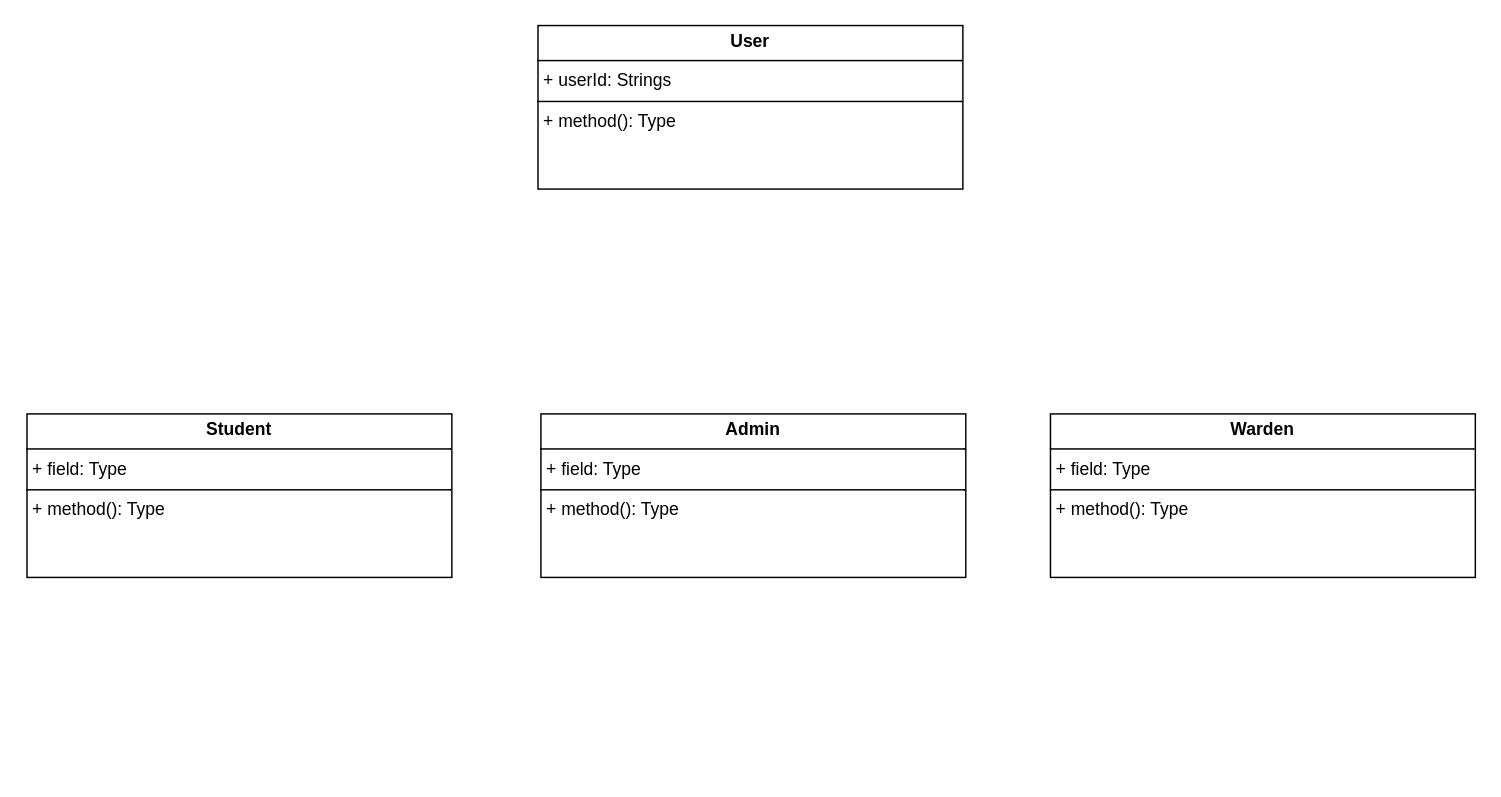
The draw.io diagram Class_diagram.drawio in OU-Hostel-Management/OU-Hostel-System, before the edit. Source tidied: cells renumbered, new cells numbered last; positions are measured from the earlier drawing's top-left corner, leaving out a move shared by most shapes. Both pictures are drawn from the tidied source at 146%, with x=0, y=0 at pixel (26, 25).
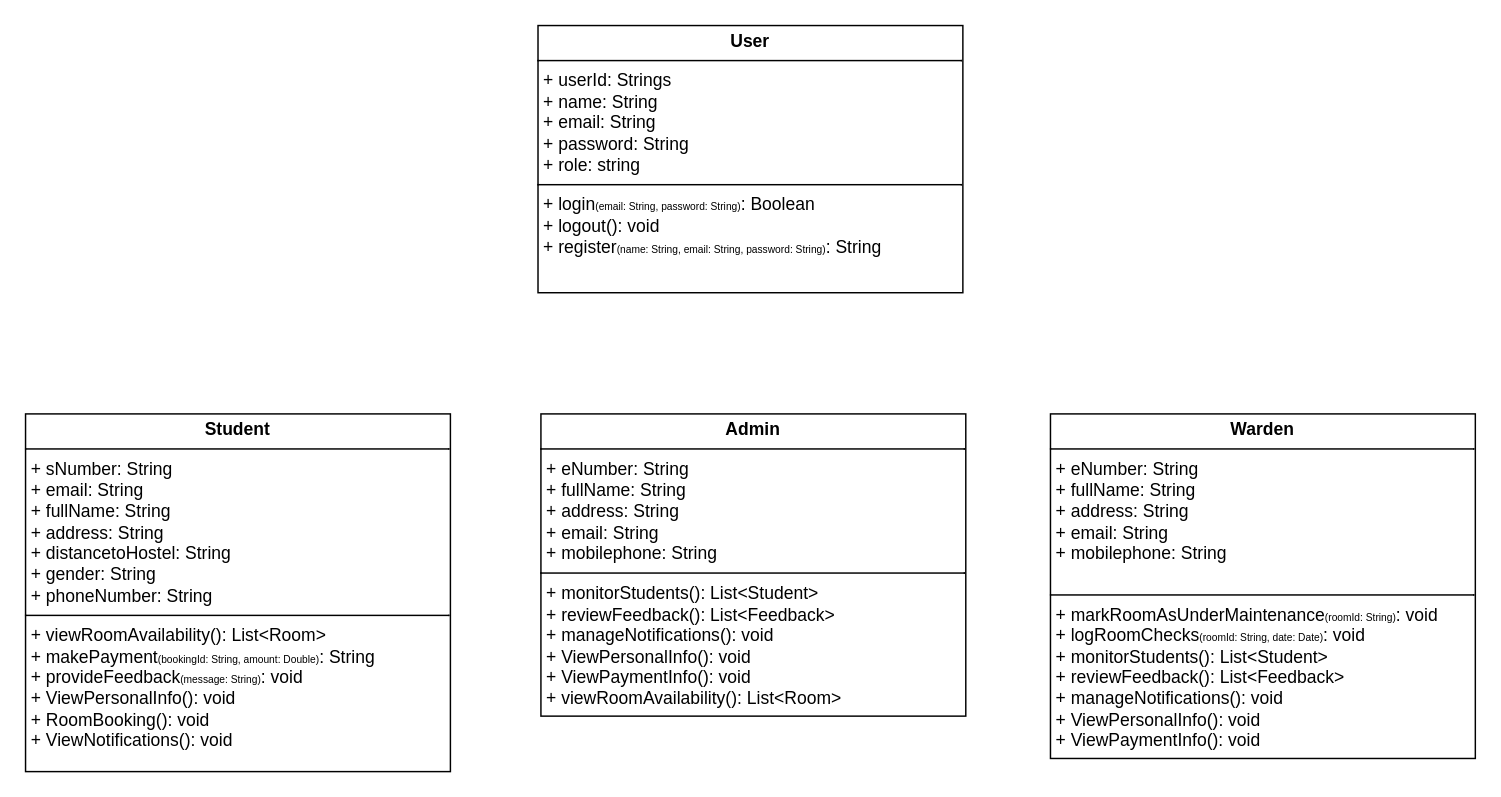
Above is the later version.

Diff of the diagram source:
```diff
@@
 <mxGraphModel>
   <root>
     <mxCell id="0" />
     <mxCell id="1" parent="0" />
-    <mxCell id="2" value="&lt;p style=&quot;margin:0px;margin-top:4px;text-align:center;&quot;&gt;&lt;b&gt;User&lt;/b&gt;&lt;/p&gt;&lt;hr size=&quot;1&quot; style=&quot;border-style:solid;&quot;&gt;&lt;p style=&quot;margin:0px;margin-left:4px;&quot;&gt;+ userId: Strings&lt;/p&gt;&lt;hr size=&quot;1&quot; style=&quot;border-style:solid;&quot;&gt;&lt;p style=&quot;margin:0px;margin-left:4px;&quot;&gt;+ method(): Type&lt;/p&gt;" style="verticalAlign=top;align=left;overflow=fill;html=1;whiteSpace=wrap;" parent="1" vertex="1">
-      <mxGeometry x="350" width="291" height="112" as="geometry" />
+    <mxCell id="2" value="&lt;p style=&quot;margin:0px;margin-top:4px;text-align:center;&quot;&gt;&lt;b&gt;User&lt;/b&gt;&lt;/p&gt;&lt;hr size=&quot;1&quot; style=&quot;border-style:solid;&quot;&gt;&lt;p style=&quot;margin:0px;margin-left:4px;&quot;&gt;+ userId: Strings&lt;br&gt;+ name: String&lt;/p&gt;&lt;p style=&quot;margin:0px;margin-left:4px;&quot;&gt;+ email: String&lt;/p&gt;&lt;p style=&quot;margin:0px;margin-left:4px;&quot;&gt;+ password: String&lt;/p&gt;&lt;p style=&quot;margin:0px;margin-left:4px;&quot;&gt;+ role: string&lt;/p&gt;&lt;hr size=&quot;1&quot; style=&quot;border-style:solid;&quot;&gt;&lt;p style=&quot;margin:0px;margin-left:4px;&quot;&gt;+&amp;nbsp;login&lt;font style=&quot;font-size: 7px;&quot;&gt;(email: String, password: String)&lt;/font&gt;: Boolean&lt;/p&gt;&lt;p style=&quot;margin:0px;margin-left:4px;&quot;&gt;+&amp;nbsp;logout(): void&lt;/p&gt;&lt;p style=&quot;margin:0px;margin-left:4px;&quot;&gt;+&amp;nbsp;register&lt;font style=&quot;font-size: 7px;&quot;&gt;(name: String, email: String, password: String)&lt;/font&gt;: String&lt;/p&gt;&lt;p style=&quot;margin:0px;margin-left:4px;&quot;&gt;&lt;br&gt;&lt;/p&gt;" style="verticalAlign=top;align=left;overflow=fill;html=1;whiteSpace=wrap;" parent="1" vertex="1">
+      <mxGeometry x="350" width="291" height="183" as="geometry" />
     </mxCell>
-    <mxCell id="3" value="&lt;p style=&quot;margin:0px;margin-top:4px;text-align:center;&quot;&gt;&lt;b&gt;Student&lt;/b&gt;&lt;/p&gt;&lt;hr size=&quot;1&quot; style=&quot;border-style:solid;&quot;&gt;&lt;p style=&quot;margin:0px;margin-left:4px;&quot;&gt;+ field: Type&lt;/p&gt;&lt;hr size=&quot;1&quot; style=&quot;border-style:solid;&quot;&gt;&lt;p style=&quot;margin:0px;margin-left:4px;&quot;&gt;+ method(): Type&lt;/p&gt;" style="verticalAlign=top;align=left;overflow=fill;html=1;whiteSpace=wrap;" parent="1" vertex="1">
-      <mxGeometry y="266" width="291" height="112" as="geometry" />
+    <mxCell id="3" value="&lt;p style=&quot;margin:0px;margin-top:4px;text-align:center;&quot;&gt;&lt;b&gt;Student&lt;/b&gt;&lt;/p&gt;&lt;hr size=&quot;1&quot; style=&quot;border-style:solid;&quot;&gt;&lt;p style=&quot;margin:0px;margin-left:4px;&quot;&gt;+ sNumber: String&lt;/p&gt;&lt;p style=&quot;margin:0px;margin-left:4px;&quot;&gt;+ email: String&lt;/p&gt;&lt;p style=&quot;margin:0px;margin-left:4px;&quot;&gt;+ fullName: String&lt;/p&gt;&lt;p style=&quot;margin:0px;margin-left:4px;&quot;&gt;+ address: String&lt;/p&gt;&lt;p style=&quot;margin:0px;margin-left:4px;&quot;&gt;+ distancetoHostel: String&lt;/p&gt;&lt;p style=&quot;margin:0px;margin-left:4px;&quot;&gt;+ gender: String&amp;nbsp;&lt;/p&gt;&lt;p style=&quot;margin:0px;margin-left:4px;&quot;&gt;+ phoneNumber: String&lt;/p&gt;&lt;hr size=&quot;1&quot; style=&quot;border-style:solid;&quot;&gt;&lt;p style=&quot;margin:0px;margin-left:4px;&quot;&gt;&lt;span style=&quot;background-color: initial;&quot;&gt;+&amp;nbsp;viewRoomAvailability(): List&amp;lt;Room&amp;gt;&lt;/span&gt;&lt;/p&gt;&lt;p style=&quot;margin:0px;margin-left:4px;&quot;&gt;&lt;span style=&quot;background-color: initial;&quot;&gt;+ makePayment&lt;font style=&quot;font-size: 7px;&quot;&gt;(&lt;/font&gt;&lt;font style=&quot;font-size: 7px;&quot;&gt;bookingId: String, amount: Double&lt;/font&gt;&lt;font style=&quot;font-size: 7px;&quot;&gt;)&lt;/font&gt;: String&amp;nbsp;&lt;/span&gt;&lt;/p&gt;&lt;p style=&quot;margin:0px;margin-left:4px;&quot;&gt;&lt;span style=&quot;background-color: initial;&quot;&gt;+ provideFeedback&lt;font style=&quot;font-size: 7px;&quot;&gt;(message: String)&lt;/font&gt;: void&lt;/span&gt;&lt;/p&gt;&lt;p style=&quot;margin:0px;margin-left:4px;&quot;&gt;&lt;span style=&quot;background-color: initial;&quot;&gt;+ ViewPersonalInfo(): void&lt;/span&gt;&lt;/p&gt;&lt;p style=&quot;margin:0px;margin-left:4px;&quot;&gt;&lt;span style=&quot;background-color: initial;&quot;&gt;+ RoomBooking(): void&lt;/span&gt;&lt;/p&gt;&lt;p style=&quot;margin:0px;margin-left:4px;&quot;&gt;&lt;span style=&quot;background-color: initial;&quot;&gt;+ ViewNotifications(): void&lt;/span&gt;&lt;/p&gt;" style="verticalAlign=top;align=left;overflow=fill;html=1;whiteSpace=wrap;" parent="1" vertex="1">
+      <mxGeometry x="-1" y="266" width="291" height="245" as="geometry" />
     </mxCell>
-    <mxCell id="4" value="&lt;p style=&quot;margin:0px;margin-top:4px;text-align:center;&quot;&gt;&lt;b&gt;Admin&lt;/b&gt;&lt;/p&gt;&lt;hr size=&quot;1&quot; style=&quot;border-style:solid;&quot;&gt;&lt;p style=&quot;margin:0px;margin-left:4px;&quot;&gt;+ field: Type&lt;/p&gt;&lt;hr size=&quot;1&quot; style=&quot;border-style:solid;&quot;&gt;&lt;p style=&quot;margin:0px;margin-left:4px;&quot;&gt;+ method(): Type&lt;/p&gt;" style="verticalAlign=top;align=left;overflow=fill;html=1;whiteSpace=wrap;" parent="1" vertex="1">
-      <mxGeometry x="352" y="266" width="291" height="112" as="geometry" />
+    <mxCell id="4" value="&lt;p style=&quot;margin:0px;margin-top:4px;text-align:center;&quot;&gt;&lt;b&gt;Admin&lt;/b&gt;&lt;/p&gt;&lt;hr size=&quot;1&quot; style=&quot;border-style:solid;&quot;&gt;&lt;p style=&quot;margin:0px;margin-left:4px;&quot;&gt;+ eNumber: String&lt;/p&gt;&lt;p style=&quot;margin:0px;margin-left:4px;&quot;&gt;+ fullName: String&lt;/p&gt;&lt;p style=&quot;margin:0px;margin-left:4px;&quot;&gt;+ address: String&lt;/p&gt;&lt;p style=&quot;margin:0px;margin-left:4px;&quot;&gt;+ email: String&lt;/p&gt;&lt;p style=&quot;margin:0px;margin-left:4px;&quot;&gt;+ mobilephone: String&lt;/p&gt;&lt;hr size=&quot;1&quot; style=&quot;border-style:solid;&quot;&gt;&lt;p style=&quot;margin:0px;margin-left:4px;&quot;&gt;+&amp;nbsp;&lt;span style=&quot;background-color: initial;&quot;&gt;monitorStudents(): List&amp;lt;Student&amp;gt;&amp;nbsp;&amp;nbsp;&lt;/span&gt;&lt;/p&gt;&lt;p style=&quot;margin:0px;margin-left:4px;&quot;&gt;&lt;span style=&quot;background-color: initial;&quot;&gt;+ reviewFeedback(): List&amp;lt;Feedback&amp;gt;&amp;nbsp;&lt;/span&gt;&lt;/p&gt;&lt;p style=&quot;margin:0px;margin-left:4px;&quot;&gt;&lt;span style=&quot;background-color: initial;&quot;&gt;+ manageNotifications(): void&lt;/span&gt;&lt;/p&gt;&lt;p style=&quot;margin:0px;margin-left:4px;&quot;&gt;+ ViewPersonalInfo(): void&lt;span style=&quot;background-color: initial;&quot;&gt;&lt;/span&gt;&lt;/p&gt;&lt;p style=&quot;margin:0px;margin-left:4px;&quot;&gt;+ ViewPaymentInfo(): void&lt;/p&gt;&lt;p style=&quot;margin:0px;margin-left:4px;&quot;&gt;&lt;span style=&quot;background-color: initial;&quot;&gt;+&amp;nbsp;viewRoomAvailability(): List&amp;lt;Room&amp;gt;&lt;/span&gt;&lt;/p&gt;&lt;p style=&quot;margin:0px;margin-left:4px;&quot;&gt;&lt;br&gt;&lt;/p&gt;" style="verticalAlign=top;align=left;overflow=fill;html=1;whiteSpace=wrap;" parent="1" vertex="1">
+      <mxGeometry x="352" y="266" width="291" height="207" as="geometry" />
     </mxCell>
-    <mxCell id="5" value="&lt;p style=&quot;margin:0px;margin-top:4px;text-align:center;&quot;&gt;&lt;b&gt;Warden&lt;/b&gt;&lt;/p&gt;&lt;hr size=&quot;1&quot; style=&quot;border-style:solid;&quot;&gt;&lt;p style=&quot;margin:0px;margin-left:4px;&quot;&gt;+ field: Type&lt;/p&gt;&lt;hr size=&quot;1&quot; style=&quot;border-style:solid;&quot;&gt;&lt;p style=&quot;margin:0px;margin-left:4px;&quot;&gt;+ method(): Type&lt;/p&gt;" style="verticalAlign=top;align=left;overflow=fill;html=1;whiteSpace=wrap;" parent="1" vertex="1">
-      <mxGeometry x="701" y="266" width="291" height="112" as="geometry" />
+    <mxCell id="5" value="&lt;p style=&quot;margin:0px;margin-top:4px;text-align:center;&quot;&gt;&lt;b&gt;Warden&lt;/b&gt;&lt;/p&gt;&lt;hr size=&quot;1&quot; style=&quot;border-style:solid;&quot;&gt;&lt;p style=&quot;margin: 0px 0px 0px 4px;&quot;&gt;+ eNumber: String&lt;/p&gt;&lt;p style=&quot;margin: 0px 0px 0px 4px;&quot;&gt;+ fullName: String&lt;/p&gt;&lt;p style=&quot;margin: 0px 0px 0px 4px;&quot;&gt;+ address: String&lt;/p&gt;&lt;p style=&quot;margin: 0px 0px 0px 4px;&quot;&gt;+ email: String&lt;/p&gt;&lt;p style=&quot;margin: 0px 0px 0px 4px;&quot;&gt;+ mobilephone: String&lt;/p&gt;&lt;p style=&quot;margin:0px;margin-left:4px;&quot;&gt;&lt;br&gt;&lt;/p&gt;&lt;hr size=&quot;1&quot; style=&quot;border-style:solid;&quot;&gt;&lt;p style=&quot;margin:0px;margin-left:4px;&quot;&gt;+ markRoomAsUnderMaintenance&lt;font style=&quot;font-size: 7px;&quot;&gt;(roomId: String)&lt;/font&gt;: void&lt;br&gt;+ logRoomChecks&lt;font style=&quot;font-size: 7px;&quot;&gt;(roomId: String, date: Date)&lt;/font&gt;: void&lt;/p&gt;&lt;p style=&quot;margin:0px;margin-left:4px;&quot;&gt;+&amp;nbsp;&lt;span style=&quot;background-color: initial;&quot;&gt;monitorStudents(): List&amp;lt;Student&amp;gt;&amp;nbsp;&lt;/span&gt;&lt;/p&gt;&lt;p style=&quot;margin:0px;margin-left:4px;&quot;&gt;+ reviewFeedback(): List&amp;lt;Feedback&amp;gt;&lt;span style=&quot;background-color: initial;&quot;&gt;&lt;/span&gt;&lt;/p&gt;&lt;p style=&quot;margin:0px;margin-left:4px;&quot;&gt;+ manageNotifications(): void&lt;/p&gt;&lt;p style=&quot;margin:0px;margin-left:4px;&quot;&gt;+ ViewPersonalInfo(): void&lt;/p&gt;&lt;p style=&quot;margin:0px;margin-left:4px;&quot;&gt;+ ViewPaymentInfo(): void&lt;/p&gt;&lt;p style=&quot;margin:0px;margin-left:4px;&quot;&gt;&lt;br&gt;&lt;/p&gt;&lt;p style=&quot;margin:0px;margin-left:4px;&quot;&gt;&lt;br&gt;&lt;/p&gt;&lt;p style=&quot;margin:0px;margin-left:4px;&quot;&gt;&lt;span style=&quot;background-color: initial;&quot;&gt;&lt;br&gt;&lt;/span&gt;&lt;/p&gt;" style="verticalAlign=top;align=left;overflow=fill;html=1;whiteSpace=wrap;" parent="1" vertex="1">
+      <mxGeometry x="701" y="266" width="291" height="236" as="geometry" />
     </mxCell>
   </root>
 </mxGraphModel>
```
